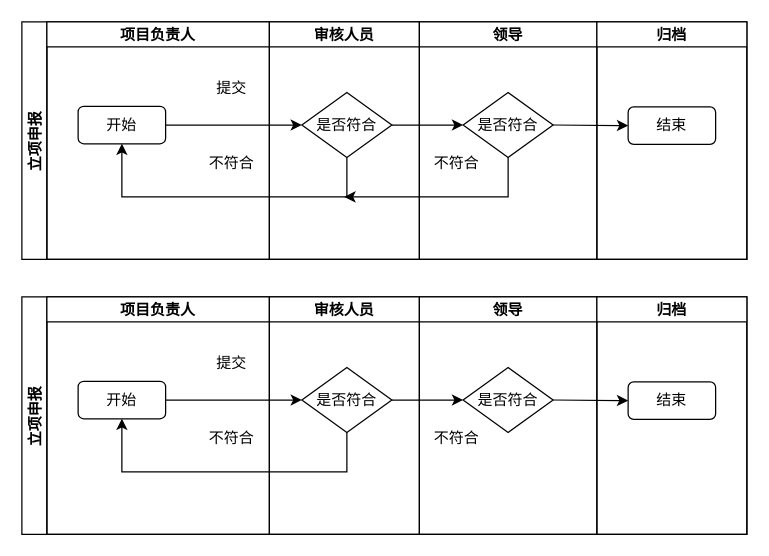
bl1421508772/Biometric-Auth-Sample keeps this draw.io diagram as 未命名绘图.drawio. Above is the earlier version. Source tidied: cells renumbered, new cells numbered last; positions are measured from the earlier drawing's top-left corner, leaving out a move shared by most shapes. Both pictures are drawn from the tidied source at 125%, with x=0, y=0 at pixel (21, 21).
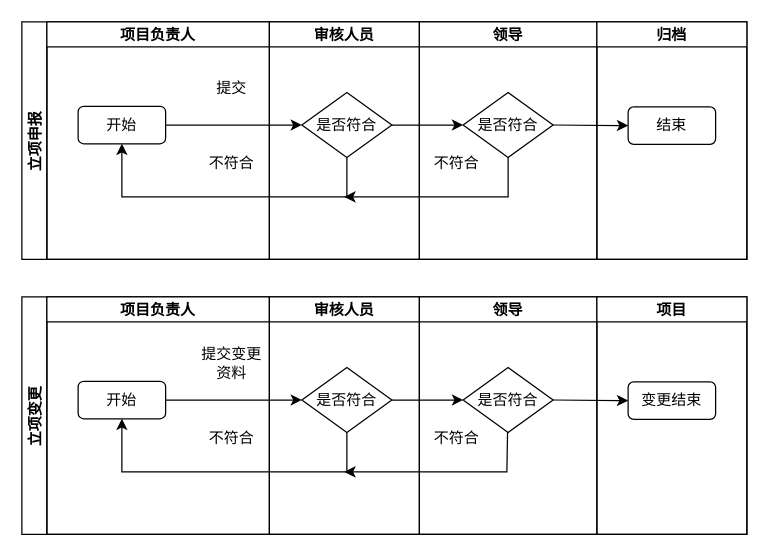
Above is the later version.

Unchanged cells that the change refers to:
```xml
<mxCell id="20" value="项目负责人" style="swimlane;startSize=20;" parent="19" vertex="1">
  <mxGeometry x="20" width="178" height="190" as="geometry" />
</mxCell>
<mxCell id="27" value="是否符合" style="rhombus;whiteSpace=wrap;html=1;" parent="26" vertex="1">
  <mxGeometry x="35" y="56.5" width="72" height="52" as="geometry" />
</mxCell>
```

Change to the diagram source:
```diff
@@
-    <mxCell id="19" value="立项申报" style="swimlane;startSize=20;horizontal=0;" parent="1" vertex="1">
+    <mxCell id="19" value="立项变更" style="swimlane;startSize=20;horizontal=0;" parent="1" vertex="1">
       <mxGeometry y="220" width="580" height="190" as="geometry" />
     </mxCell>
@@
-    <mxCell id="22" value="提交" style="text;html=1;strokeColor=none;fillColor=none;align=center;verticalAlign=middle;whiteSpace=wrap;rounded=0;" parent="20" vertex="1">
+    <mxCell id="22" value="提交变更资料&lt;br&gt;" style="text;html=1;strokeColor=none;fillColor=none;align=center;verticalAlign=middle;whiteSpace=wrap;rounded=0;" parent="20" vertex="1">
       <mxGeometry x="118" y="38" width="60" height="30" as="geometry" />
     </mxCell>
@@
-    <mxCell id="29" value="归档" style="swimlane;startSize=20;" parent="19" vertex="1">
+    <mxCell id="29" value="项目" style="swimlane;startSize=20;" parent="19" vertex="1">
       <mxGeometry x="460" width="120" height="190" as="geometry" />
     </mxCell>
-    <mxCell id="30" value="结束" style="rounded=1;whiteSpace=wrap;html=1;" parent="29" vertex="1">
+    <mxCell id="30" value="变更结束" style="rounded=1;whiteSpace=wrap;html=1;" parent="29" vertex="1">
       <mxGeometry x="25" y="68" width="70" height="30" as="geometry" />
     </mxCell>
@@
+    <mxCell id="35" style="endArrow=classic;html=1;rounded=0;" parent="1" edge="1" source="27">
+      <mxGeometry relative="1" as="geometry">
+        <mxPoint x="258" y="360" as="targetPoint" />
+        <Array as="points">
+          <mxPoint x="388" y="360" />
+        </Array>
+      </mxGeometry>
+    </mxCell>
```
